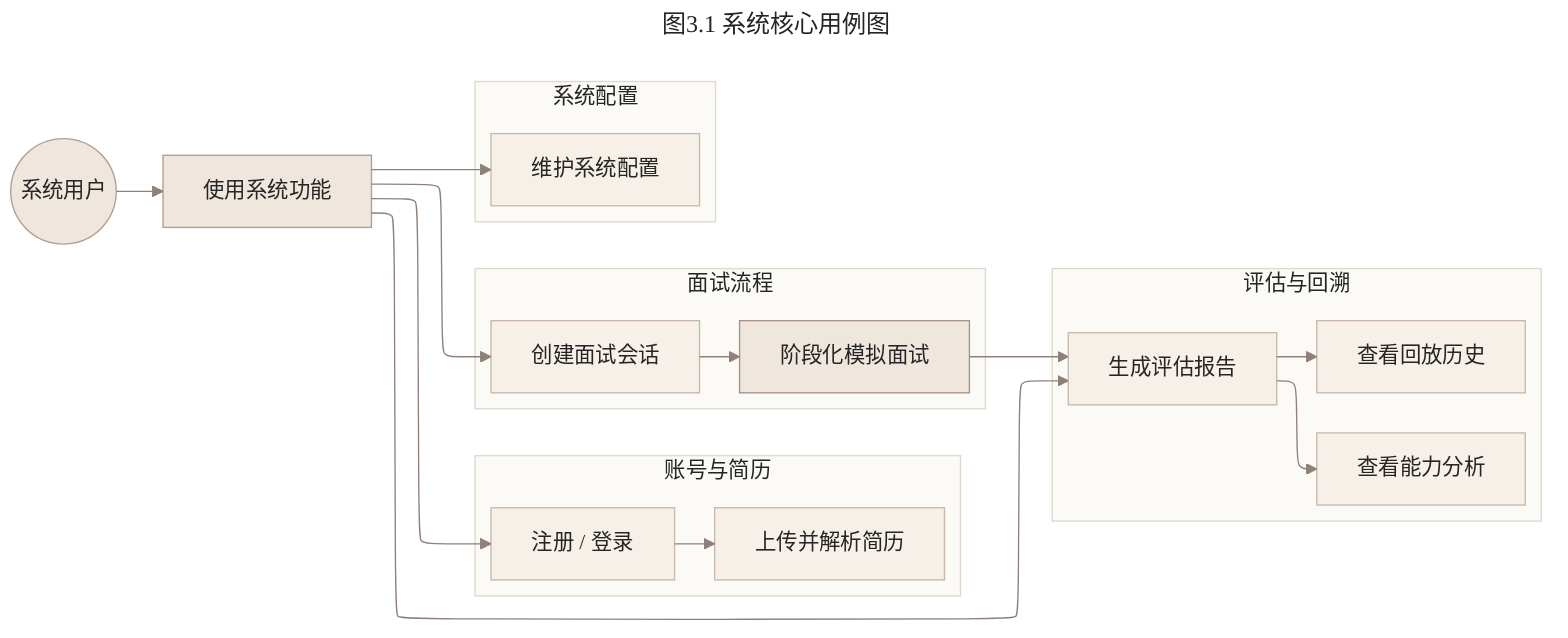
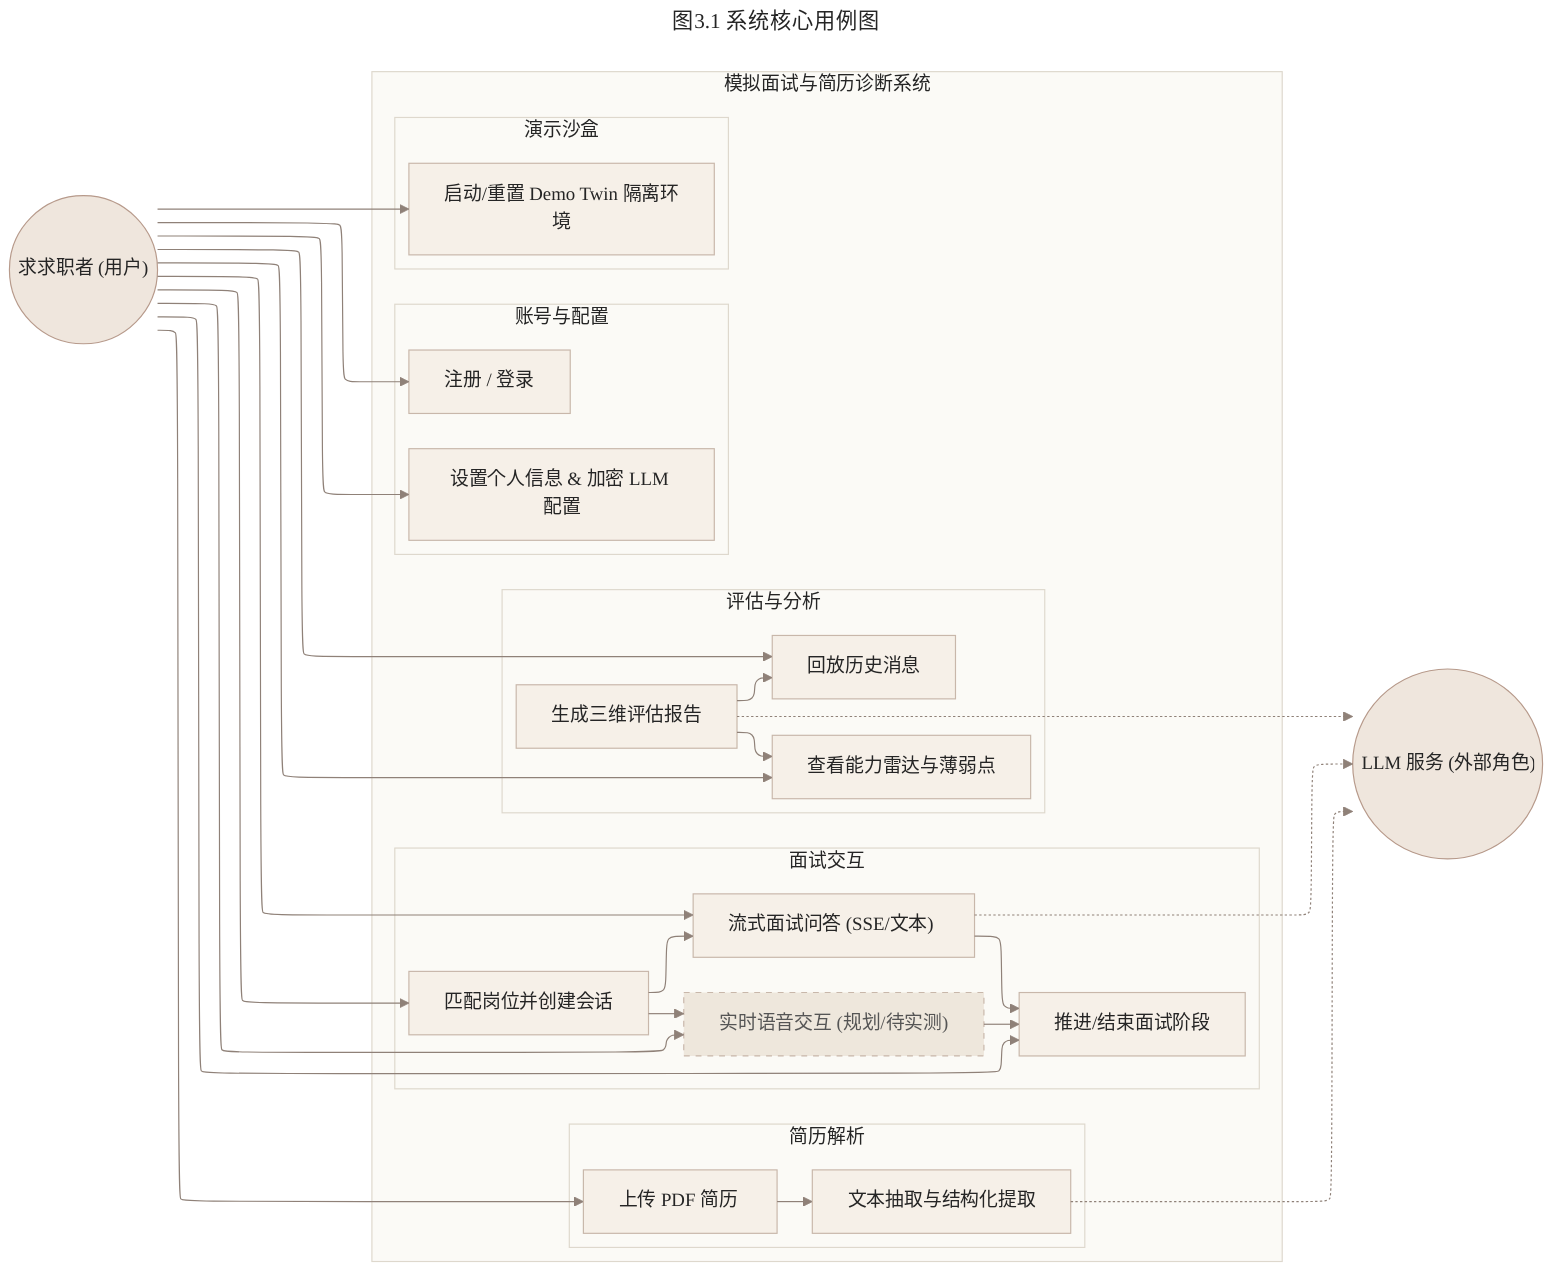
---
title: 图3.1 系统核心用例图
config:
  theme: base
  layout: elk
  themeVariables:
    background: "#FAF8F2"
    primaryColor: "#EFE6DD"
    primaryBorderColor: "#B79A8B"
    primaryTextColor: "#252525"
    lineColor: "#8F8178"
    secondaryColor: "#F6F0E8"
    tertiaryColor: "#FBFAF6"
    fontFamily: "Microsoft YaHei, SimHei, Arial, sans-serif"
    fontSize: "16px"
---
flowchart LR
-   user(("系统用户"))
-   entry["使用系统功能"]
+   user(("求求职者 (用户)"))
+   llm_service(("LLM 服务 (外部角色)"))

-   subgraph account["账号与简历"]
-     direction TB
-     login["注册 / 登录"]
-     resume["上传并解析简历"]
-     login --> resume
+   subgraph system_boundary["模拟面试与简历诊断系统"]
+     subgraph account["账号与配置"]
+       direction TB
+       login["注册 / 登录"]
+       profile["设置个人信息 & 加密 LLM 配置"]
+     end
+ 
+     subgraph resume["简历解析"]
+       direction TB
+       upload["上传 PDF 简历"]
+       parse["文本抽取与结构化提取"]
+       upload --> parse
+     end
+ 
+     subgraph interview["面试交互"]
+       direction TB
+       select_job["匹配岗位并创建会话"]
+       chat_text["流式面试问答 (SSE/文本)"]
+       chat_voice["实时语音交互 (规划/待实测)"]
+       stage_advance["推进/结束面试阶段"]
+       select_job --> chat_text
+       select_job --> chat_voice
+       chat_text --> stage_advance
+       chat_voice --> stage_advance
+     end
+ 
+     subgraph evaluation["评估与分析"]
+       direction TB
+       report["生成三维评估报告"]
+       radar["查看能力雷达与薄弱点"]
+       replay["回放历史消息"]
+       report --> radar
+       report --> replay
+     end
+ 
+     subgraph demo_sub["演示沙盒"]
+       demo_reset["启动/重置 Demo Twin 隔离环境"]
+     end
  end

-   subgraph interview["面试流程"]
-     direction TB
-     start["创建面试会话"]
-     chat["阶段化模拟面试"]
-     start --> chat
-   end
+   user --> login
+   user --> profile
+   user --> upload
+   user --> select_job
+   user --> chat_text
+   user --> chat_voice
+   user --> stage_advance
+   user --> radar
+   user --> replay
+   user --> demo_reset

-   subgraph review["评估与回溯"]
-     direction TB
-     report["生成评估报告"]
-     replay["查看回放历史"]
-     analytics["查看能力分析"]
-     report --> replay
-     report --> analytics
-   end
- 
-   subgraph config["系统配置"]
-     direction TB
-     settings["维护系统配置"]
-   end
- 
-   user --> entry
-   entry --> login
-   entry --> start
-   entry --> report
-   entry --> settings
-   chat --> report
+   parse -.-> llm_service
+   chat_text -.-> llm_service
+   report -.-> llm_service

  classDef actor fill:#EFE6DD,stroke:#B79A8B,color:#252525
  classDef layer fill:#FBFAF6,stroke:#DED8CD,color:#252525
  classDef node fill:#F6F0E8,stroke:#C8B7AA,color:#252525
-   classDef key fill:#EFE6DD,stroke:#A89183,color:#252525
-   class user,entry actor
-   class account,interview,review,config layer
-   class login,resume,start,report,replay,analytics,settings node
-   class chat key
+   classDef plan fill:#EEE7DC,stroke:#C8B7AA,stroke-dasharray: 5 5,color:#555555
+   class user,llm_service actor
+   class system_boundary,account,resume,interview,evaluation,demo_sub layer
+   class login,profile,upload,parse,select_job,chat_text,stage_advance,report,radar,replay,demo_reset node
+   class chat_voice plan
